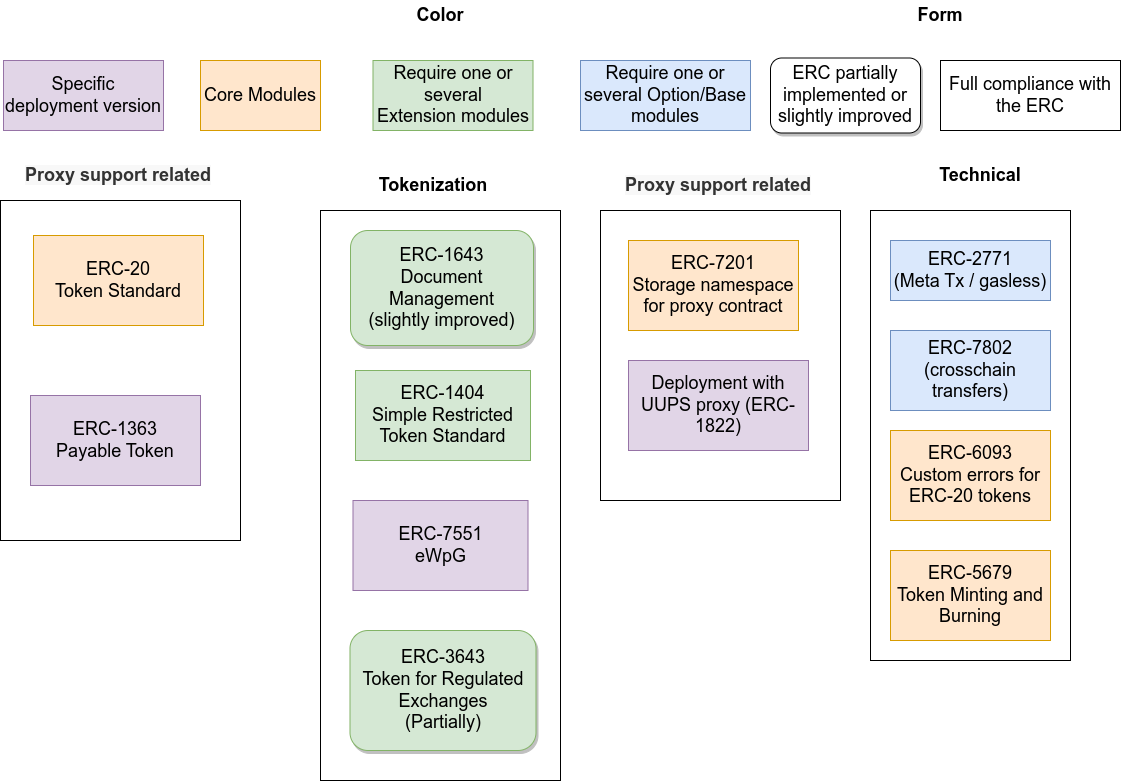
Above: doc/schema/drawio/architecture-ERC.drawio.png in CMTA/CMTAT (draw.io), before the change. Source tidied: cells renumbered, new cells last; positions are measured from the earlier drawing's top-left corner, leaving out a move shared by most shapes.
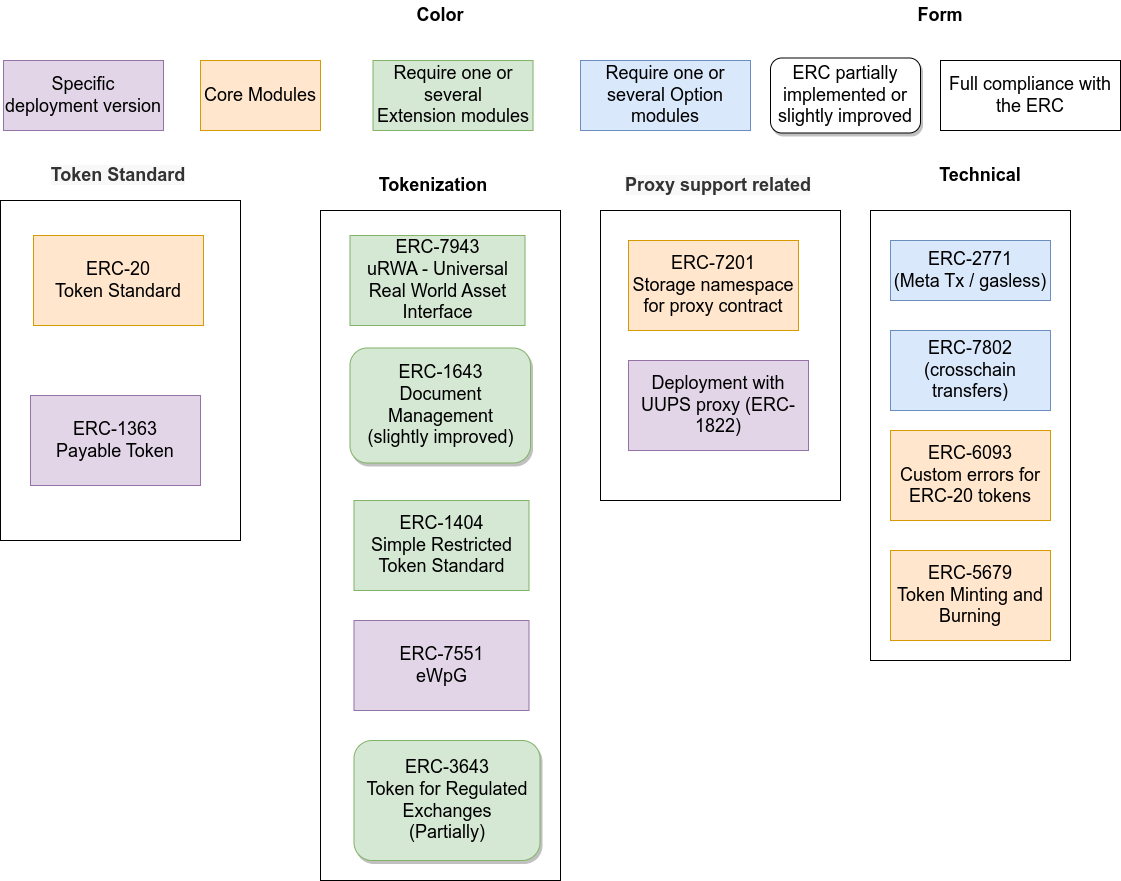
After the change.

Diff of the diagram source:
```diff
@@ -3,7 +3,7 @@
     <mxCell id="0" />
     <mxCell id="1" parent="0" />
     <mxCell id="2" style="rounded=0;whiteSpace=wrap;html=1;fontSize=18;" parent="1" vertex="1">
-      <mxGeometry x="320" y="210" width="240" height="570" as="geometry" />
+      <mxGeometry x="320" y="210" width="240" height="670" as="geometry" />
     </mxCell>
     <mxCell id="3" value="Tokenization" style="text;html=1;strokeColor=none;fillColor=none;align=center;verticalAlign=middle;whiteSpace=wrap;rounded=0;fontStyle=1;fontSize=18;" parent="1" vertex="1">
       <mxGeometry x="332.5" y="170" width="200" height="30" as="geometry" />
@@ -36,12 +36,12 @@
       <mxGeometry x="628" y="360" width="180" height="90" as="geometry" />
     </mxCell>
     <mxCell id="13" value="ERC-1404&lt;br&gt;Simple Restricted Token Standard" style="rounded=0;whiteSpace=wrap;html=1;fontSize=18;fillColor=#d5e8d4;strokeColor=#82b366;" parent="1" vertex="1">
-      <mxGeometry x="355" y="370" width="175" height="90" as="geometry" />
+      <mxGeometry x="353.5" y="500" width="175" height="90" as="geometry" />
     </mxCell>
     <mxCell id="14" style="rounded=0;whiteSpace=wrap;html=1;fontSize=18;" parent="1" vertex="1">
       <mxGeometry y="200" width="240" height="340" as="geometry" />
     </mxCell>
-    <mxCell id="15" value="&lt;strong style=&quot;box-sizing: border-box; color: rgb(51, 51, 51); font-family: &amp;quot;Open Sans&amp;quot;, &amp;quot;Clear Sans&amp;quot;, &amp;quot;Helvetica Neue&amp;quot;, Helvetica, Arial, &amp;quot;Segoe UI Emoji&amp;quot;, sans-serif; font-size: 18px; text-align: left; background-color: rgb(248, 248, 248);&quot;&gt;&lt;span style=&quot;box-sizing: border-box; font-size: 18px;&quot; class=&quot;md-plain&quot;&gt;Proxy support related&lt;/span&gt;&lt;/strong&gt;" style="text;html=1;strokeColor=none;fillColor=none;align=center;verticalAlign=middle;whiteSpace=wrap;rounded=0;fontSize=18;" parent="1" vertex="1">
+    <mxCell id="15" value="&lt;strong style=&quot;box-sizing: border-box; color: rgb(51, 51, 51); font-family: &amp;quot;Open Sans&amp;quot;, &amp;quot;Clear Sans&amp;quot;, &amp;quot;Helvetica Neue&amp;quot;, Helvetica, Arial, &amp;quot;Segoe UI Emoji&amp;quot;, sans-serif; font-size: 18px; text-align: left; background-color: rgb(248, 248, 248);&quot;&gt;&lt;span style=&quot;box-sizing: border-box; font-size: 18px;&quot; class=&quot;md-plain&quot;&gt;Token Standard&lt;/span&gt;&lt;/strong&gt;" style="text;html=1;strokeColor=none;fillColor=none;align=center;verticalAlign=middle;whiteSpace=wrap;rounded=0;fontSize=18;" parent="1" vertex="1">
       <mxGeometry x="3" y="160" width="230" height="30" as="geometry" />
     </mxCell>
     <mxCell id="16" value="ERC-20&lt;br&gt;Token Standard" style="rounded=0;whiteSpace=wrap;html=1;fontSize=18;fillColor=#ffe6cc;strokeColor=#d79b00;" parent="1" vertex="1">
@@ -59,7 +59,7 @@
     <mxCell id="20" value="Require one or several&lt;br&gt;Extension modules" style="rounded=0;whiteSpace=wrap;html=1;fontSize=18;fillColor=#d5e8d4;strokeColor=#82b366;" parent="1" vertex="1">
       <mxGeometry x="372.5" y="60" width="160" height="70" as="geometry" />
     </mxCell>
-    <mxCell id="21" value="Require one or several Option/Base modules" style="rounded=0;whiteSpace=wrap;html=1;fontSize=18;fillColor=#dae8fc;strokeColor=#6c8ebf;" parent="1" vertex="1">
+    <mxCell id="21" value="Require one or several Option modules" style="rounded=0;whiteSpace=wrap;html=1;fontSize=18;fillColor=#dae8fc;strokeColor=#6c8ebf;" parent="1" vertex="1">
       <mxGeometry x="580" y="60" width="170" height="70" as="geometry" />
     </mxCell>
     <mxCell id="22" value="&lt;font style=&quot;font-size: 18px;&quot;&gt;ERC partially implemented or slightly improved&lt;/font&gt;" style="rounded=1;whiteSpace=wrap;html=1;glass=0;sketch=0;shadow=1;" parent="1" vertex="1">
@@ -69,10 +69,10 @@
       <mxGeometry x="940" y="60" width="180" height="70" as="geometry" />
     </mxCell>
     <mxCell id="24" value="&lt;span style=&quot;font-size: 18px;&quot;&gt;ERC-1643&lt;/span&gt;&lt;br style=&quot;font-size: 18px;&quot;&gt;&lt;span style=&quot;font-size: 18px;&quot;&gt;Document Management&lt;/span&gt;&lt;br style=&quot;font-size: 18px;&quot;&gt;&lt;span style=&quot;font-size: 18px;&quot;&gt;(slightly improved)&lt;/span&gt;" style="rounded=1;whiteSpace=wrap;html=1;glass=0;sketch=0;shadow=1;fillColor=#d5e8d4;strokeColor=#82b366;" parent="1" vertex="1">
-      <mxGeometry x="350" y="230" width="183" height="115" as="geometry" />
+      <mxGeometry x="349.5" y="347.5" width="180.5" height="115" as="geometry" />
     </mxCell>
     <mxCell id="25" value="&lt;font style=&quot;font-size: 18px;&quot;&gt;ERC-3643&lt;br&gt;Token for Regulated Exchanges&lt;br&gt;(Partially)&lt;/font&gt;" style="rounded=1;whiteSpace=wrap;html=1;glass=0;sketch=0;shadow=1;fillColor=#d5e8d4;strokeColor=#82b366;" parent="1" vertex="1">
-      <mxGeometry x="349.5" y="630" width="186" height="120" as="geometry" />
+      <mxGeometry x="353.5" y="740" width="186" height="120" as="geometry" />
     </mxCell>
     <mxCell id="26" value="Color" style="text;html=1;strokeColor=none;fillColor=none;align=center;verticalAlign=middle;whiteSpace=wrap;rounded=0;shadow=1;glass=0;sketch=0;fontSize=18;fontStyle=1;" parent="1" vertex="1">
       <mxGeometry x="410" width="60" height="30" as="geometry" />
@@ -84,7 +84,10 @@
       <mxGeometry x="890" y="550" width="160" height="90" as="geometry" />
     </mxCell>
     <mxCell id="29" value="ERC-7551&lt;br&gt;eWpG" style="rounded=0;whiteSpace=wrap;html=1;fontSize=18;fillColor=#e1d5e7;strokeColor=#9673a6;" parent="1" vertex="1">
-      <mxGeometry x="352.5" y="500" width="175" height="90" as="geometry" />
+      <mxGeometry x="353.5" y="620" width="175" height="90" as="geometry" />
     </mxCell>
+    <mxCell id="30" value="ERC-7943&lt;br&gt;uRWA - Universal Real World Asset Interface" style="rounded=0;whiteSpace=wrap;html=1;fontSize=18;fillColor=#d5e8d4;strokeColor=#82b366;" parent="1" vertex="1">
+      <mxGeometry x="349.5" y="235" width="175" height="90" as="geometry" />
+    </mxCell>
   </root>
 </mxGraphModel>
```
